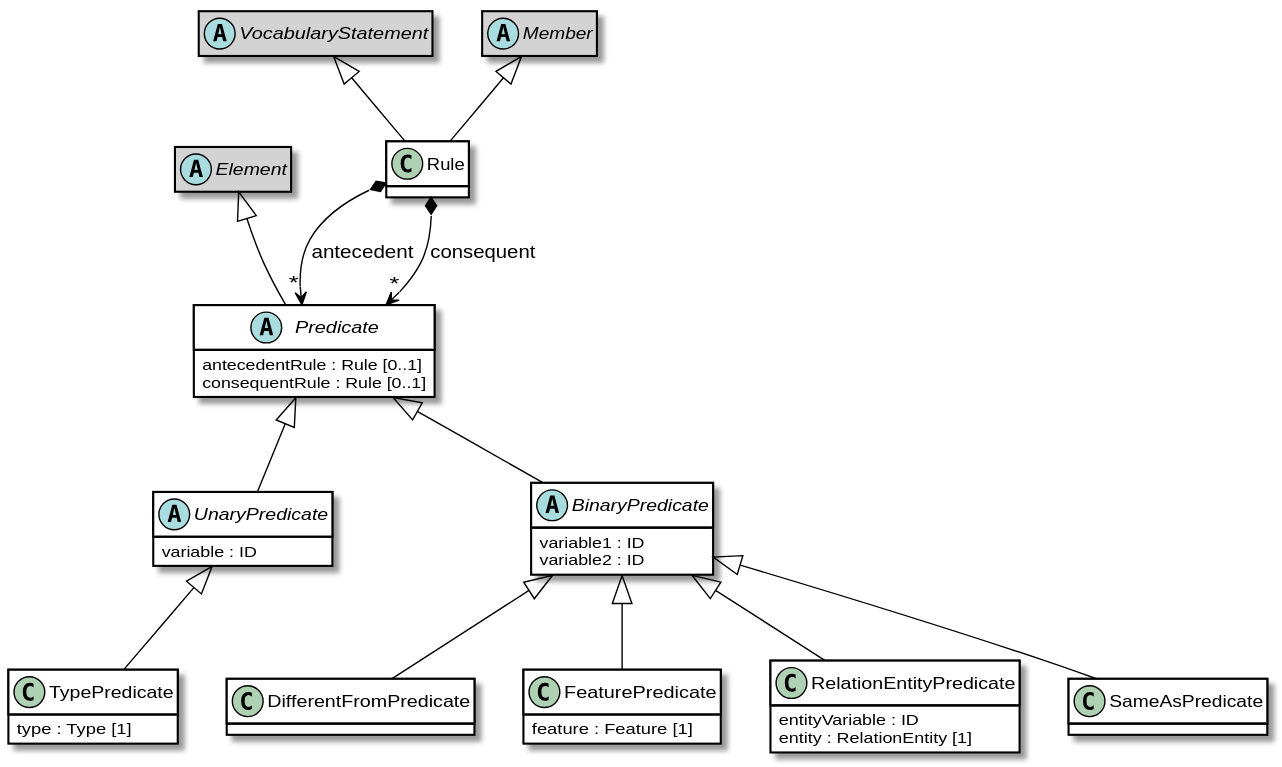
The PlantUML diagram images/oml-Rules.svg in opencaesar/oml, before a commit. Source of this version:
```plantuml
@startuml
skinparam classBackgroundColor LightGray
skinparam classBorderColor Black
skinparam enumBorderColor Black
skinparam ArrowColor Black
hide methods
abstract class BinaryPredicate [[#BinaryPredicate]] #white {
	variable1 : ID
	variable2 : ID
}
BinaryPredicate -up-|> Predicate [[#Predicate]]
class DifferentFromPredicate [[#DifferentFromPredicate]] #white {
}
DifferentFromPredicate -up-|> BinaryPredicate [[#BinaryPredicate]]
class FeaturePredicate [[#FeaturePredicate]] #white {
	feature : Feature [1]
}
FeaturePredicate -up-|> BinaryPredicate [[#BinaryPredicate]]
abstract class Predicate [[#Predicate]] #white {
	antecedentRule : Rule [0..1]
	consequentRule : Rule [0..1]
}
abstract class Element [[#Element]]
hide Element members
Predicate -up-|> Element [[#Element]]
class RelationEntityPredicate [[#RelationEntityPredicate]] #white {
	entityVariable : ID
	entity : RelationEntity [1]
}
RelationEntityPredicate -up-|> BinaryPredicate [[#BinaryPredicate]]
class Rule [[#Rule]] #white {
}
abstract class Member [[#Member]]
hide Member members
abstract class VocabularyStatement [[#VocabularyStatement]]
hide VocabularyStatement members
Rule -up-|> Member [[#Member]]
Rule -up-|> VocabularyStatement [[#VocabularyStatement]]
Rule *--> "*" Predicate : antecedent
Rule *--> "*" Predicate : consequent
class SameAsPredicate [[#SameAsPredicate]] #white {
}
SameAsPredicate -up-|> BinaryPredicate [[#BinaryPredicate]]
class TypePredicate [[#TypePredicate]] #white {
	type : Type [1]
}
TypePredicate -up-|> UnaryPredicate [[#UnaryPredicate]]
abstract class UnaryPredicate [[#UnaryPredicate]] #white {
	variable : ID
}
UnaryPredicate -up-|> Predicate [[#Predicate]]
@enduml
```
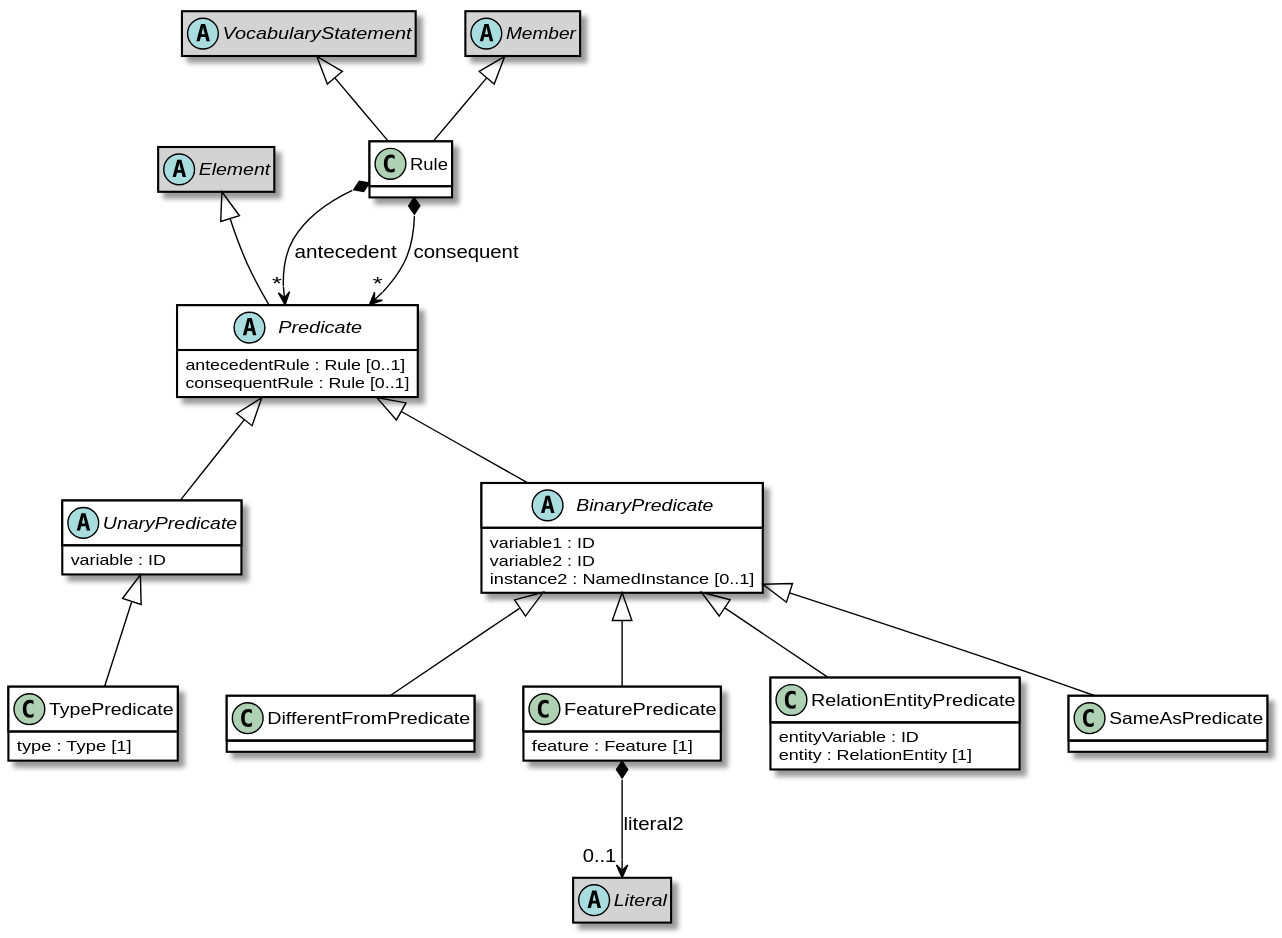
Later version of the same file.

The edit, as a diff of the source:
```diff
@@ -7,6 +7,7 @@
 abstract class BinaryPredicate [[#BinaryPredicate]] #white {
 	variable1 : ID
 	variable2 : ID
+	instance2 : NamedInstance [0..1]
 }
 BinaryPredicate -up-|> Predicate [[#Predicate]]
 class DifferentFromPredicate [[#DifferentFromPredicate]] #white {
@@ -15,7 +16,10 @@
 class FeaturePredicate [[#FeaturePredicate]] #white {
 	feature : Feature [1]
 }
+abstract class Literal [[#Literal]]
+hide Literal members
 FeaturePredicate -up-|> BinaryPredicate [[#BinaryPredicate]]
+FeaturePredicate *--> "0..1" Literal : literal2
 abstract class Predicate [[#Predicate]] #white {
 	antecedentRule : Rule [0..1]
 	consequentRule : Rule [0..1]
```
